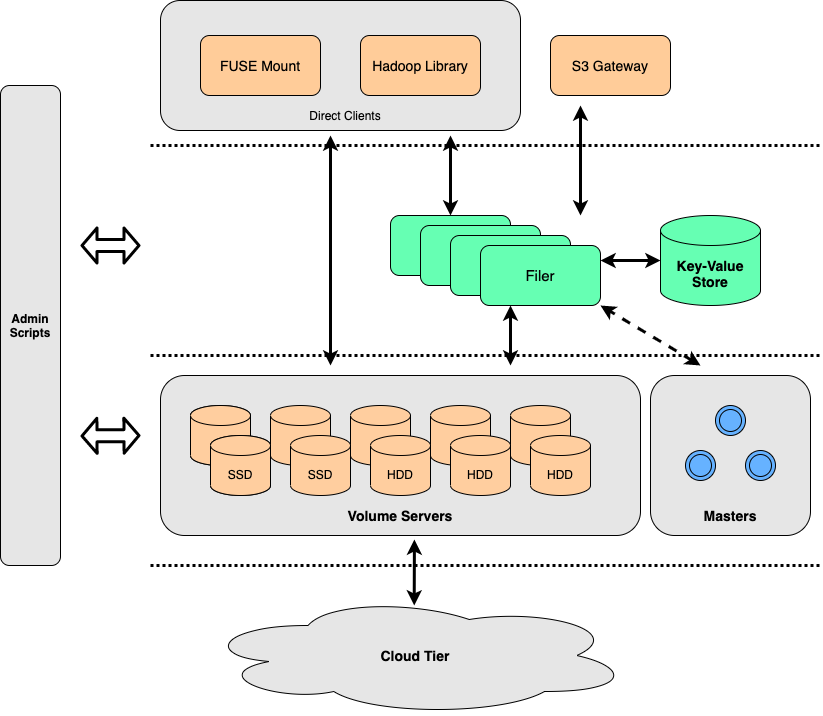
seaweedfs/seaweedfs keeps this draw.io diagram as note/SeaweedFS_Architecture.png. Above is the earlier version. Source tidied: cells renumbered, new cells last; positions are measured from the earlier drawing's top-left corner, leaving out a move shared by most shapes.
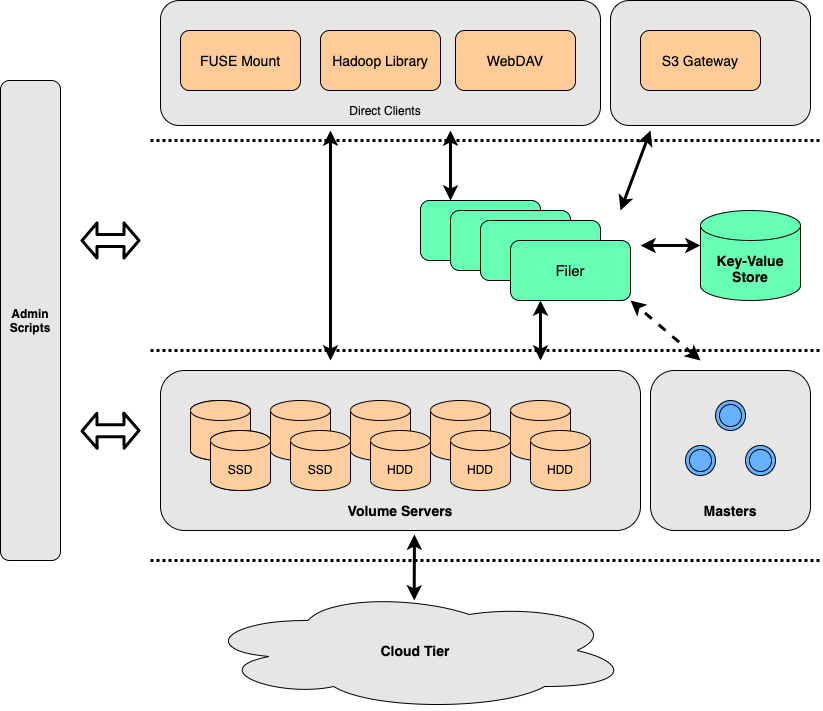
After the change.

The edit, as a diff of the source:
```diff
@@ -2,8 +2,11 @@
   <root>
     <mxCell id="0" />
     <mxCell id="1" parent="0" />
+    <mxCell id="48" style="rounded=1;whiteSpace=wrap;html=1;fillColor=#E6E6E6;" parent="1" vertex="1">
+      <mxGeometry x="610" y="5" width="200" height="125" as="geometry" />
+    </mxCell>
     <mxCell id="2" style="rounded=1;whiteSpace=wrap;html=1;fillColor=#E6E6E6;" parent="1" vertex="1">
-      <mxGeometry x="160" width="360" height="130" as="geometry" />
+      <mxGeometry x="160" y="5" width="440" height="125" as="geometry" />
     </mxCell>
     <mxCell id="3" style="group;" parent="1" vertex="1">
       <mxGeometry x="160" y="375" width="480" height="160" as="geometry" />
@@ -75,7 +78,7 @@
       </mxGeometry>
     </mxCell>
     <mxCell id="25" value="&lt;font style=&quot;font-size: 14px&quot;&gt;&lt;b&gt;Key-Value Store&lt;/b&gt;&lt;/font&gt;" style="shape=cylinder3;whiteSpace=wrap;html=1;boundedLbl=1;backgroundOutline=1;size=15;fillColor=#66FFB3;" parent="1" vertex="1">
-      <mxGeometry x="660" y="215" width="100" height="90" as="geometry" />
+      <mxGeometry x="700" y="215" width="100" height="90" as="geometry" />
     </mxCell>
     <mxCell id="26" style="endArrow=none;dashed=1;html=1;strokeWidth=3;dashPattern=1 1;" parent="1" edge="1">
       <mxGeometry relative="1" as="geometry">
@@ -84,16 +87,16 @@
       </mxGeometry>
     </mxCell>
     <mxCell id="27" value="&lt;font style=&quot;font-size: 14px&quot;&gt;S3 Gateway&lt;/font&gt;" style="rounded=1;whiteSpace=wrap;html=1;fillColor=#FFCC99;" parent="1" vertex="1">
-      <mxGeometry x="550" y="35" width="120" height="60" as="geometry" />
+      <mxGeometry x="640" y="35" width="120" height="60" as="geometry" />
     </mxCell>
     <mxCell id="28" value="&lt;font style=&quot;font-size: 14px&quot;&gt;Hadoop Library&lt;/font&gt;" style="rounded=1;whiteSpace=wrap;html=1;fillColor=#FFCC99;" parent="1" vertex="1">
-      <mxGeometry x="360" y="35" width="120" height="60" as="geometry" />
+      <mxGeometry x="320" y="35" width="120" height="60" as="geometry" />
     </mxCell>
     <mxCell id="29" value="&lt;font style=&quot;font-size: 14px&quot;&gt;FUSE Mount&lt;/font&gt;" style="rounded=1;whiteSpace=wrap;html=1;fillColor=#FFCC99;" parent="1" vertex="1">
-      <mxGeometry x="200" y="35" width="120" height="60" as="geometry" />
+      <mxGeometry x="180" y="35" width="120" height="60" as="geometry" />
     </mxCell>
     <mxCell id="30" value="Direct Clients" style="text;html=1;strokeColor=none;fillColor=none;align=center;verticalAlign=middle;whiteSpace=wrap;rounded=0;" parent="1" vertex="1">
-      <mxGeometry x="270" y="105" width="150" height="20" as="geometry" />
+      <mxGeometry x="310" y="105" width="150" height="20" as="geometry" />
     </mxCell>
     <mxCell id="31" style="endArrow=classic;startArrow=classic;html=1;strokeWidth=3;" parent="1" edge="1">
       <mxGeometry relative="1" as="geometry">
@@ -101,38 +104,26 @@
         <mxPoint x="330" y="135" as="targetPoint" />
       </mxGeometry>
     </mxCell>
-    <mxCell id="32" style="endArrow=classic;startArrow=classic;html=1;strokeWidth=3;exitX=0.5;exitY=0;exitDx=0;exitDy=0;" parent="1" edge="1" source="34">
+    <mxCell id="32" style="endArrow=classic;startArrow=classic;html=1;strokeWidth=3;exitX=0.25;exitY=0;exitDx=0;exitDy=0;" parent="1" edge="1" source="34">
       <mxGeometry relative="1" as="geometry">
         <mxPoint x="450" y="135" as="targetPoint" />
       </mxGeometry>
     </mxCell>
-    <mxCell id="33" style="group;" parent="1" vertex="1">
-      <mxGeometry x="390" y="215" width="210" height="90" as="geometry" />
-    </mxCell>
-    <mxCell id="34" value="Filer" style="rounded=1;whiteSpace=wrap;html=1;fillColor=#66FFB3;" parent="33" vertex="1">
-      <mxGeometry width="120" height="60" as="geometry" />
-    </mxCell>
-    <mxCell id="35" value="Filer" style="rounded=1;whiteSpace=wrap;html=1;fillColor=#66FFB3;" parent="33" vertex="1">
-      <mxGeometry x="30" y="10" width="120" height="60" as="geometry" />
-    </mxCell>
-    <mxCell id="36" value="Filer" style="rounded=1;whiteSpace=wrap;html=1;fillColor=#66FFB3;" parent="33" vertex="1">
-      <mxGeometry x="60" y="20" width="120" height="60" as="geometry" />
-    </mxCell>
-    <mxCell id="37" value="&lt;font style=&quot;font-size: 15px&quot;&gt;Filer&lt;/font&gt;" style="rounded=1;whiteSpace=wrap;html=1;fillColor=#66FFB3;" parent="33" vertex="1">
-      <mxGeometry x="90" y="30" width="120" height="60" as="geometry" />
-    </mxCell>
-    <mxCell id="38" style="endArrow=classic;startArrow=classic;html=1;strokeWidth=3;entryX=0;entryY=0.5;entryDx=0;entryDy=0;entryPerimeter=0;exitX=1;exitY=0.25;exitDx=0;exitDy=0;" parent="1" edge="1" source="37" target="25">
-      <mxGeometry relative="1" as="geometry" />
+    <mxCell id="38" style="endArrow=classic;startArrow=classic;html=1;strokeWidth=3;entryX=0;entryY=0.5;entryDx=0;entryDy=0;entryPerimeter=0;exitX=1;exitY=0.25;exitDx=0;exitDy=0;" parent="1" edge="1">
+      <mxGeometry relative="1" as="geometry">
+        <mxPoint x="640" y="250" as="sourcePoint" />
+        <mxPoint x="700" y="250" as="targetPoint" />
+      </mxGeometry>
     </mxCell>
     <mxCell id="39" style="endArrow=classic;startArrow=classic;html=1;strokeWidth=3;" parent="1" edge="1">
       <mxGeometry relative="1" as="geometry">
-        <mxPoint x="580" y="215" as="sourcePoint" />
-        <mxPoint x="580" y="105" as="targetPoint" />
+        <mxPoint x="620" y="215" as="sourcePoint" />
+        <mxPoint x="650" y="135" as="targetPoint" />
       </mxGeometry>
     </mxCell>
     <mxCell id="40" style="endArrow=classic;startArrow=classic;html=1;strokeWidth=3;entryX=0.25;entryY=1;entryDx=0;entryDy=0;" parent="1" edge="1" target="37">
       <mxGeometry relative="1" as="geometry">
-        <mxPoint x="510" y="365" as="sourcePoint" />
+        <mxPoint x="540" y="365" as="sourcePoint" />
       </mxGeometry>
     </mxCell>
     <mxCell id="41" style="endArrow=classic;startArrow=classic;html=1;strokeWidth=3;entryX=1;entryY=1;entryDx=0;entryDy=0;dashed=1;" parent="1" edge="1" target="37">
@@ -167,5 +158,20 @@
         <mxPoint x="80" y="435.5" as="targetPoint" />
       </mxGeometry>
     </mxCell>
+    <mxCell id="34" value="Filer" style="rounded=1;whiteSpace=wrap;html=1;fillColor=#66FFB3;" parent="1" vertex="1">
+      <mxGeometry x="420" y="205" width="120" height="60" as="geometry" />
+    </mxCell>
+    <mxCell id="35" value="Filer" style="rounded=1;whiteSpace=wrap;html=1;fillColor=#66FFB3;" parent="1" vertex="1">
+      <mxGeometry x="450" y="215" width="120" height="60" as="geometry" />
+    </mxCell>
+    <mxCell id="36" value="Filer" style="rounded=1;whiteSpace=wrap;html=1;fillColor=#66FFB3;" parent="1" vertex="1">
+      <mxGeometry x="480" y="225" width="120" height="60" as="geometry" />
+    </mxCell>
+    <mxCell id="37" value="&lt;font style=&quot;font-size: 15px&quot;&gt;Filer&lt;/font&gt;" style="rounded=1;whiteSpace=wrap;html=1;fillColor=#66FFB3;" parent="1" vertex="1">
+      <mxGeometry x="510" y="245" width="120" height="60" as="geometry" />
+    </mxCell>
+    <mxCell id="49" value="&lt;font style=&quot;font-size: 14px&quot;&gt;WebDAV&lt;/font&gt;" style="rounded=1;whiteSpace=wrap;html=1;fillColor=#FFCC99;" parent="1" vertex="1">
+      <mxGeometry x="455" y="35" width="120" height="60" as="geometry" />
+    </mxCell>
   </root>
 </mxGraphModel>
```
